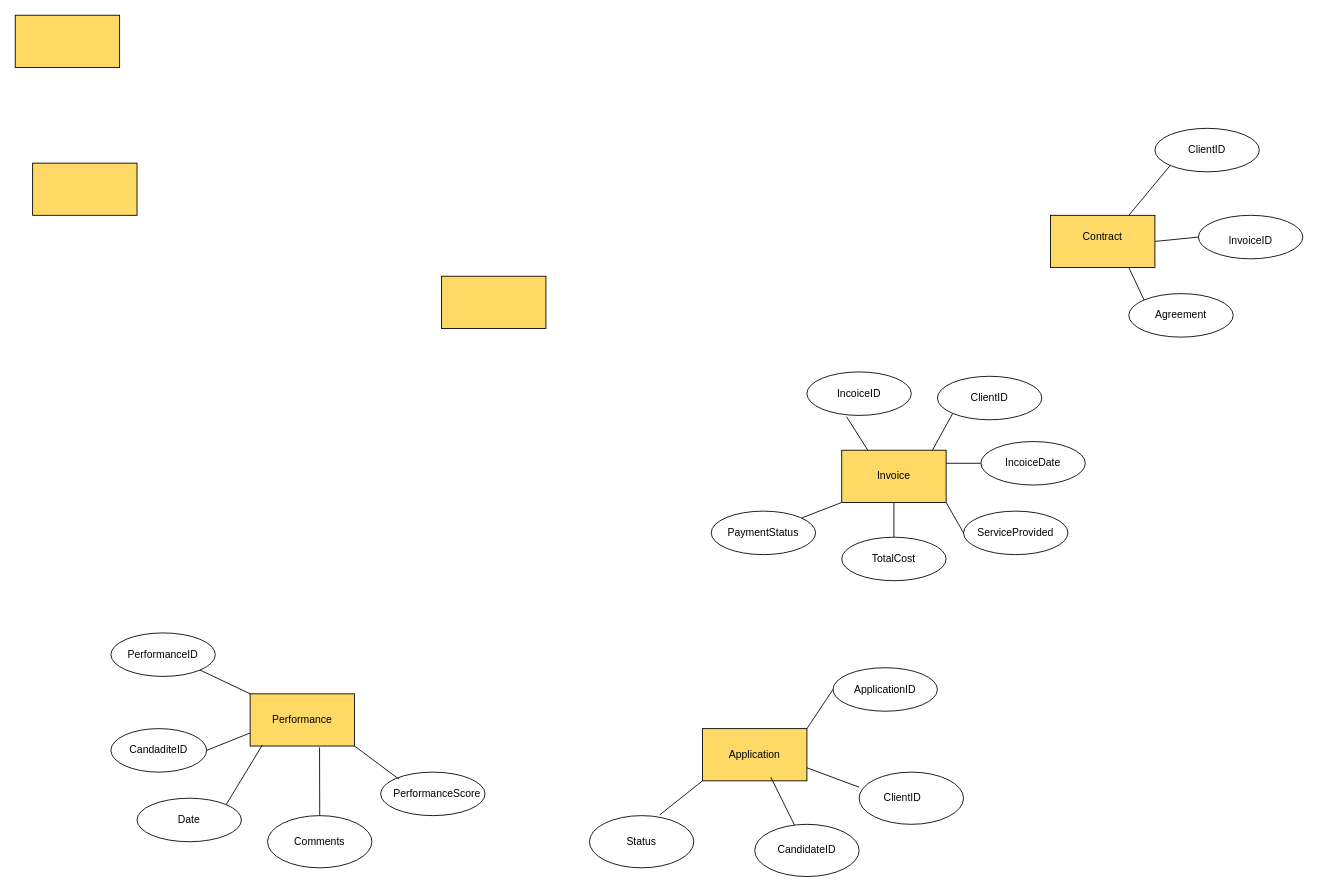
This is shcema.drawio from JPGR11/DataBaseCompetition, a draw.io file, before an edit. Source tidied: cells renumbered, new cells numbered last; positions are measured from the earlier drawing's top-left corner, leaving out a move shared by most shapes. Both pictures are drawn from the tidied source at 87%, with x=0, y=0 at pixel (15, 15).
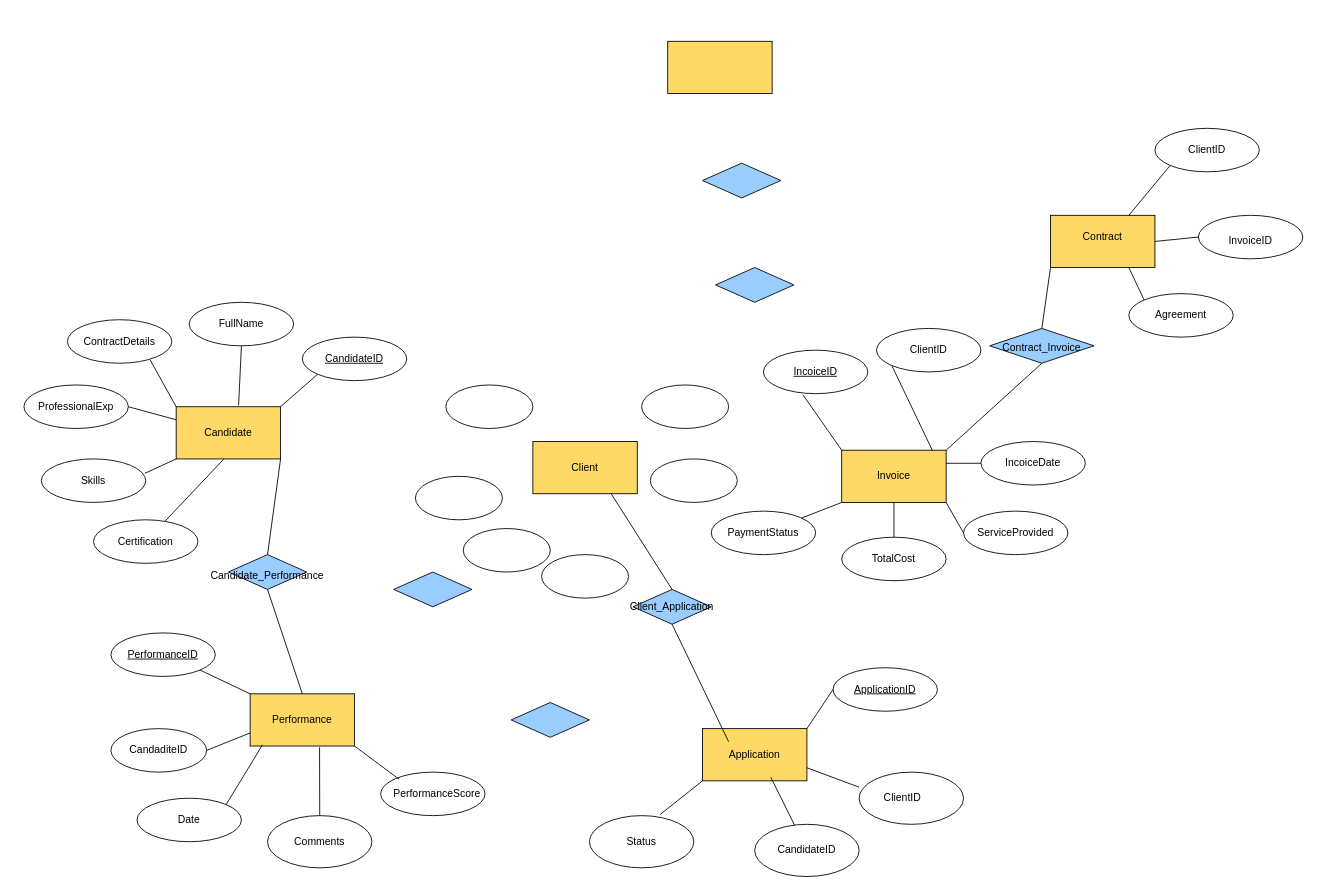
The same diagram, later.

Unchanged cells that the change refers to:
```xml
<mxCell id="6" style="rounded=0;whiteSpace=wrap;html=1;fillColor=#FFD966;" parent="1" vertex="1">
  <mxGeometry x="1190" y="230" width="120" height="60" as="geometry" />
</mxCell>
<mxCell id="7" style="rounded=0;whiteSpace=wrap;html=1;fillColor=#FFD966;" parent="1" vertex="1">
  <mxGeometry x="270" y="780" width="120" height="60" as="geometry" />
</mxCell>
<mxCell id="32" value="Application" style="text;html=1;align=center;verticalAlign=middle;whiteSpace=wrap;rounded=0;" parent="1" vertex="1">
  <mxGeometry x="820" y="835" width="60" height="30" as="geometry" />
</mxCell>
<mxCell id="37" style="rounded=0;whiteSpace=wrap;html=1;fillColor=#FFD966;" parent="1" vertex="1">
  <mxGeometry x="950" y="500" width="120" height="60" as="geometry" />
</mxCell>
```

The edit, as a diff of the source:
```diff
@@
     <mxCell id="2" style="rounded=0;whiteSpace=wrap;html=1;fillColor=#FFD966;" parent="1" vertex="1">
-      <mxGeometry width="120" height="60" as="geometry" />
+      <mxGeometry x="750" y="30" width="120" height="60" as="geometry" />
     </mxCell>
     <mxCell id="3" style="rounded=0;whiteSpace=wrap;html=1;fillColor=#FFD966;" parent="1" vertex="1">
-      <mxGeometry x="490" y="300" width="120" height="60" as="geometry" />
+      <mxGeometry x="595" y="490" width="120" height="60" as="geometry" />
     </mxCell>
     <mxCell id="4" style="rounded=0;whiteSpace=wrap;html=1;fillColor=#FFD966;" parent="1" vertex="1">
-      <mxGeometry x="20" y="170" width="120" height="60" as="geometry" />
+      <mxGeometry x="185" y="450" width="120" height="60" as="geometry" />
     </mxCell>
@@
-    <mxCell id="16" value="PerformanceID" style="text;html=1;align=center;verticalAlign=middle;whiteSpace=wrap;rounded=0;" parent="1" vertex="1">
+    <mxCell id="16" value="&lt;u&gt;PerformanceID&lt;/u&gt;" style="text;html=1;align=center;verticalAlign=middle;whiteSpace=wrap;rounded=0;" parent="1" vertex="1">
       <mxGeometry x="140" y="720" width="60" height="30" as="geometry" />
     </mxCell>
@@
-    <mxCell id="31" value="ApplicationID" style="text;html=1;align=center;verticalAlign=middle;whiteSpace=wrap;rounded=0;" parent="1" vertex="1">
+    <mxCell id="31" value="&lt;u&gt;ApplicationID&lt;/u&gt;" style="text;html=1;align=center;verticalAlign=middle;whiteSpace=wrap;rounded=0;" parent="1" vertex="1">
       <mxGeometry x="970" y="760" width="60" height="30" as="geometry" />
     </mxCell>
@@
     <mxCell id="38" style="ellipse;whiteSpace=wrap;html=1;" parent="1" vertex="1">
-      <mxGeometry x="910" y="410" width="120" height="50" as="geometry" />
+      <mxGeometry x="860" y="385" width="120" height="50" as="geometry" />
     </mxCell>
@@
     <mxCell id="41" style="ellipse;whiteSpace=wrap;html=1;" parent="1" vertex="1">
-      <mxGeometry x="1060" y="415" width="120" height="50" as="geometry" />
+      <mxGeometry x="990" y="360" width="120" height="50" as="geometry" />
     </mxCell>
@@
     <mxCell id="45" value="ClientID" style="text;html=1;align=center;verticalAlign=middle;whiteSpace=wrap;rounded=0;" parent="1" vertex="1">
-      <mxGeometry x="1090" y="425" width="60" height="30" as="geometry" />
+      <mxGeometry x="1020" y="370" width="60" height="30" as="geometry" />
     </mxCell>
-    <mxCell id="46" value="IncoiceID" style="text;html=1;align=center;verticalAlign=middle;whiteSpace=wrap;rounded=0;" parent="1" vertex="1">
-      <mxGeometry x="940" y="420" width="60" height="30" as="geometry" />
+    <mxCell id="46" value="&lt;u&gt;IncoiceID&lt;/u&gt;" style="text;html=1;align=center;verticalAlign=middle;whiteSpace=wrap;rounded=0;" parent="1" vertex="1">
+      <mxGeometry x="890" y="395" width="60" height="30" as="geometry" />
     </mxCell>
@@
-    <mxCell id="55" style="endArrow=none;html=1;rounded=0;exitX=0.25;exitY=0;exitDx=0;exitDy=0;entryX=0.38;entryY=1.031;entryDx=0;entryDy=0;entryPerimeter=0;" parent="1" edge="1" source="37" target="38">
+    <mxCell id="55" style="endArrow=none;html=1;rounded=0;exitX=0;exitY=0;exitDx=0;exitDy=0;entryX=0.38;entryY=1.031;entryDx=0;entryDy=0;entryPerimeter=0;" parent="1" edge="1" source="37" target="38">
       <mxGeometry relative="1" as="geometry" />
     </mxCell>
@@
+    <mxCell id="67" style="ellipse;whiteSpace=wrap;html=1;" parent="1" vertex="1">
+      <mxGeometry x="330" y="370" width="120" height="50" as="geometry" />
+    </mxCell>
+    <mxCell id="68" style="ellipse;whiteSpace=wrap;html=1;" parent="1" vertex="1">
+      <mxGeometry x="90" y="580" width="120" height="50" as="geometry" />
+    </mxCell>
+    <mxCell id="69" style="ellipse;whiteSpace=wrap;html=1;" parent="1" vertex="1">
+      <mxGeometry x="200" y="330" width="120" height="50" as="geometry" />
+    </mxCell>
+    <mxCell id="70" style="ellipse;whiteSpace=wrap;html=1;" parent="1" vertex="1">
+      <mxGeometry x="60" y="350" width="120" height="50" as="geometry" />
+    </mxCell>
+    <mxCell id="71" style="ellipse;whiteSpace=wrap;html=1;" parent="1" vertex="1">
+      <mxGeometry x="10" y="425" width="120" height="50" as="geometry" />
+    </mxCell>
+    <mxCell id="72" style="ellipse;whiteSpace=wrap;html=1;" parent="1" vertex="1">
+      <mxGeometry x="30" y="510" width="120" height="50" as="geometry" />
+    </mxCell>
+    <mxCell id="73" value="Candidate" style="text;html=1;align=center;verticalAlign=middle;whiteSpace=wrap;rounded=0;" parent="1" vertex="1">
+      <mxGeometry x="215" y="465" width="60" height="30" as="geometry" />
+    </mxCell>
+    <mxCell id="74" value="Certification" style="text;html=1;align=center;verticalAlign=middle;whiteSpace=wrap;rounded=0;" parent="1" vertex="1">
+      <mxGeometry x="120" y="590" width="60" height="30" as="geometry" />
+    </mxCell>
+    <mxCell id="75" value="Skills" style="text;html=1;align=center;verticalAlign=middle;whiteSpace=wrap;rounded=0;" parent="1" vertex="1">
+      <mxGeometry x="60" y="520" width="60" height="30" as="geometry" />
+    </mxCell>
+    <mxCell id="76" value="ProfessionalExp" style="text;html=1;align=center;verticalAlign=middle;whiteSpace=wrap;rounded=0;" parent="1" vertex="1">
+      <mxGeometry x="40" y="435" width="60" height="30" as="geometry" />
+    </mxCell>
+    <mxCell id="77" value="ContractDetails" style="text;html=1;align=center;verticalAlign=middle;whiteSpace=wrap;rounded=0;" parent="1" vertex="1">
+      <mxGeometry x="90" y="360" width="60" height="30" as="geometry" />
+    </mxCell>
+    <mxCell id="78" value="FullName" style="text;html=1;align=center;verticalAlign=middle;whiteSpace=wrap;rounded=0;" parent="1" vertex="1">
+      <mxGeometry x="230" y="340" width="60" height="30" as="geometry" />
+    </mxCell>
+    <mxCell id="79" value="&lt;u&gt;CandidateID&lt;/u&gt;" style="text;html=1;align=center;verticalAlign=middle;whiteSpace=wrap;rounded=0;" parent="1" vertex="1">
+      <mxGeometry x="360" y="380" width="60" height="30" as="geometry" />
+    </mxCell>
+    <mxCell id="80" style="endArrow=none;html=1;rounded=0;exitX=0.456;exitY=1.004;exitDx=0;exitDy=0;exitPerimeter=0;" parent="1" edge="1" source="4" target="68">
+      <mxGeometry relative="1" as="geometry" />
+    </mxCell>
+    <mxCell id="81" style="endArrow=none;html=1;rounded=0;entryX=0.993;entryY=0.329;entryDx=0;entryDy=0;entryPerimeter=0;exitX=0;exitY=1;exitDx=0;exitDy=0;" parent="1" edge="1" source="4" target="72">
+      <mxGeometry relative="1" as="geometry" />
+    </mxCell>
+    <mxCell id="82" style="endArrow=none;html=1;rounded=0;entryX=1;entryY=0.5;entryDx=0;entryDy=0;exitX=0;exitY=0.25;exitDx=0;exitDy=0;" parent="1" edge="1" source="4" target="71">
+      <mxGeometry relative="1" as="geometry" />
+    </mxCell>
+    <mxCell id="83" style="endArrow=none;html=1;rounded=0;entryX=0.791;entryY=0.919;entryDx=0;entryDy=0;entryPerimeter=0;exitX=0;exitY=0;exitDx=0;exitDy=0;" parent="1" edge="1" source="4" target="70">
+      <mxGeometry relative="1" as="geometry" />
+    </mxCell>
+    <mxCell id="84" style="endArrow=none;html=1;rounded=0;entryX=0.5;entryY=1;entryDx=0;entryDy=0;exitX=0.598;exitY=-0.028;exitDx=0;exitDy=0;exitPerimeter=0;" parent="1" edge="1" source="4" target="69">
+      <mxGeometry relative="1" as="geometry" />
+    </mxCell>
+    <mxCell id="85" style="endArrow=none;html=1;rounded=0;entryX=0;entryY=1;entryDx=0;entryDy=0;exitX=1;exitY=0;exitDx=0;exitDy=0;" parent="1" edge="1" source="4" target="67">
+      <mxGeometry relative="1" as="geometry" />
+    </mxCell>
+    <mxCell id="86" style="ellipse;whiteSpace=wrap;html=1;" parent="1" vertex="1">
+      <mxGeometry x="515" y="590" width="100" height="50" as="geometry" />
+    </mxCell>
+    <mxCell id="87" style="ellipse;whiteSpace=wrap;html=1;" parent="1" vertex="1">
+      <mxGeometry x="605" y="620" width="100" height="50" as="geometry" />
+    </mxCell>
+    <mxCell id="88" style="ellipse;whiteSpace=wrap;html=1;" parent="1" vertex="1">
+      <mxGeometry x="730" y="510" width="100" height="50" as="geometry" />
+    </mxCell>
+    <mxCell id="89" style="ellipse;whiteSpace=wrap;html=1;" parent="1" vertex="1">
+      <mxGeometry x="720" y="425" width="100" height="50" as="geometry" />
+    </mxCell>
+    <mxCell id="90" style="ellipse;whiteSpace=wrap;html=1;" parent="1" vertex="1">
+      <mxGeometry x="460" y="530" width="100" height="50" as="geometry" />
+    </mxCell>
+    <mxCell id="91" style="ellipse;whiteSpace=wrap;html=1;" parent="1" vertex="1">
+      <mxGeometry x="495" y="425" width="100" height="50" as="geometry" />
+    </mxCell>
+    <mxCell id="92" style="rhombus;whiteSpace=wrap;html=1;fillColor=#99CCFF;" parent="1" vertex="1">
+      <mxGeometry x="435" y="640" width="90" height="40" as="geometry" />
+    </mxCell>
+    <mxCell id="93" style="rhombus;whiteSpace=wrap;html=1;fillColor=#99CCFF;" parent="1" vertex="1">
+      <mxGeometry x="790" y="170" width="90" height="40" as="geometry" />
+    </mxCell>
+    <mxCell id="94" style="rhombus;whiteSpace=wrap;html=1;fillColor=#99CCFF;" parent="1" vertex="1">
+      <mxGeometry x="710" y="660" width="90" height="40" as="geometry" />
+    </mxCell>
+    <mxCell id="95" style="rhombus;whiteSpace=wrap;html=1;fillColor=#99CCFF;" parent="1" vertex="1">
+      <mxGeometry x="805" y="290" width="90" height="40" as="geometry" />
+    </mxCell>
+    <mxCell id="96" style="rhombus;whiteSpace=wrap;html=1;fillColor=#99CCFF;" parent="1" vertex="1">
+      <mxGeometry x="1120" y="360" width="120" height="40" as="geometry" />
+    </mxCell>
+    <mxCell id="97" style="rhombus;whiteSpace=wrap;html=1;fillColor=#99CCFF;" parent="1" vertex="1">
+      <mxGeometry x="570" y="790" width="90" height="40" as="geometry" />
+    </mxCell>
+    <mxCell id="98" style="rhombus;whiteSpace=wrap;html=1;fillColor=#99CCFF;" parent="1" vertex="1">
+      <mxGeometry x="245" y="620" width="90" height="40" as="geometry" />
+    </mxCell>
+    <mxCell id="99" style="endArrow=none;html=1;rounded=0;exitX=0.75;exitY=1;exitDx=0;exitDy=0;entryX=0.5;entryY=0;entryDx=0;entryDy=0;" parent="1" edge="1" source="3" target="94">
+      <mxGeometry relative="1" as="geometry" />
+    </mxCell>
+    <mxCell id="100" style="endArrow=none;html=1;rounded=0;entryX=0.5;entryY=1;entryDx=0;entryDy=0;exitX=1;exitY=0;exitDx=0;exitDy=0;" parent="1" edge="1" source="37" target="96">
+      <mxGeometry relative="1" as="geometry" />
+    </mxCell>
+    <mxCell id="101" style="endArrow=none;html=1;rounded=0;entryX=0;entryY=1;entryDx=0;entryDy=0;exitX=0.5;exitY=0;exitDx=0;exitDy=0;" parent="1" edge="1" source="96" target="6">
+      <mxGeometry relative="1" as="geometry" />
+    </mxCell>
+    <mxCell id="102" style="endArrow=none;html=1;rounded=0;exitX=0.5;exitY=0;exitDx=0;exitDy=0;entryX=1;entryY=1;entryDx=0;entryDy=0;" parent="1" edge="1" source="98" target="4">
+      <mxGeometry relative="1" as="geometry" />
+    </mxCell>
+    <mxCell id="103" style="endArrow=none;html=1;rounded=0;entryX=0.5;entryY=0;entryDx=0;entryDy=0;exitX=0.5;exitY=1;exitDx=0;exitDy=0;" parent="1" edge="1" source="98" target="7">
+      <mxGeometry relative="1" as="geometry" />
+    </mxCell>
+    <mxCell id="104" value="Contract_Invoice" style="text;html=1;align=center;verticalAlign=middle;whiteSpace=wrap;rounded=0;" parent="1" vertex="1">
+      <mxGeometry x="1150" y="365" width="60" height="35" as="geometry" />
+    </mxCell>
+    <mxCell id="105" style="endArrow=none;html=1;rounded=0;exitX=0.5;exitY=1;exitDx=0;exitDy=0;entryX=0;entryY=0;entryDx=0;entryDy=0;" parent="1" edge="1" source="94" target="32">
+      <mxGeometry relative="1" as="geometry" />
+    </mxCell>
+    <mxCell id="106" value="Client" style="text;html=1;align=center;verticalAlign=middle;whiteSpace=wrap;rounded=0;" parent="1" vertex="1">
+      <mxGeometry x="625" y="505" width="60" height="30" as="geometry" />
+    </mxCell>
+    <mxCell id="107" value="Client_Application" style="text;html=1;align=center;verticalAlign=middle;whiteSpace=wrap;rounded=0;" parent="1" vertex="1">
+      <mxGeometry x="725" y="665" width="60" height="30" as="geometry" />
+    </mxCell>
+    <mxCell id="108" value="Candidate_Performance" style="text;html=1;align=center;verticalAlign=middle;whiteSpace=wrap;rounded=0;" parent="1" vertex="1">
+      <mxGeometry x="260" y="630" width="60" height="30" as="geometry" />
+    </mxCell>
```
